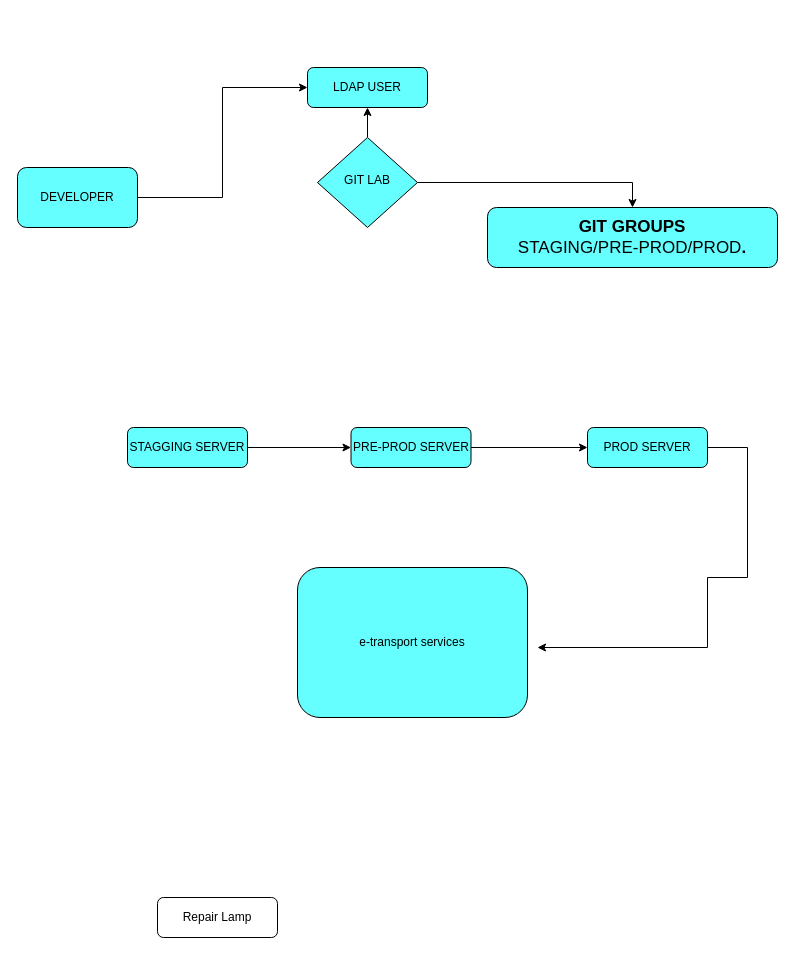
Before: Untitled Diagram.drawio in adsingh007/adsingh007, a draw.io diagram. Source tidied: cells renumbered, new cells numbered last; positions are measured from the earlier drawing's top-left corner, leaving out a move shared by most shapes. Both pictures are drawn from the tidied source at 100%, with x=0, y=0 at pixel (17, 67).
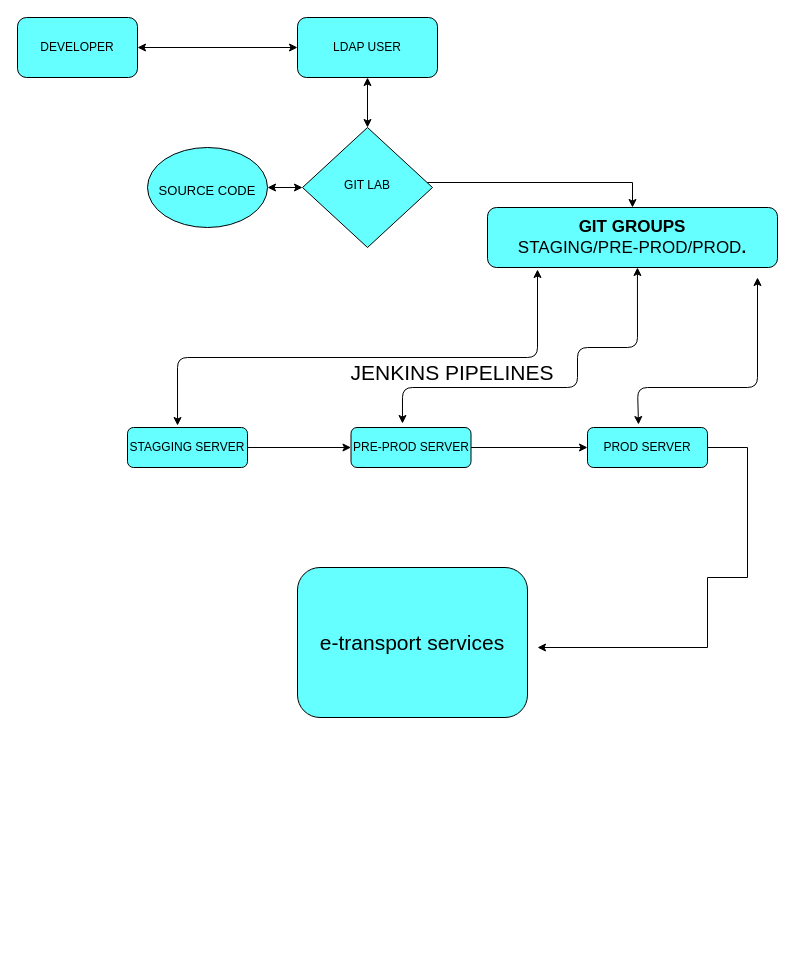
After the change.

The change refers to these unchanged cells:
```xml
<mxCell id="7" value="STAGGING SERVER" style="rounded=1;whiteSpace=wrap;html=1;fontSize=12;glass=0;strokeWidth=1;shadow=0;fillColor=#66FFFF;" parent="1" vertex="1">
  <mxGeometry x="110" y="360" width="120" height="40" as="geometry" />
</mxCell>
<mxCell id="9" value="PRE-PROD SERVER" style="rounded=1;whiteSpace=wrap;html=1;fontSize=12;glass=0;strokeWidth=1;shadow=0;fillColor=#66FFFF;" parent="1" vertex="1">
  <mxGeometry x="333.5" y="360" width="120" height="40" as="geometry" />
</mxCell>
<mxCell id="11" value="PROD SERVER" style="rounded=1;whiteSpace=wrap;html=1;fillColor=#66FFFF;" parent="1" vertex="1">
  <mxGeometry x="570" y="360" width="120" height="40" as="geometry" />
</mxCell>
<mxCell id="15" value="&lt;font style=&quot;font-size: 17px&quot;&gt;&lt;b&gt;GIT GROUPS&lt;/b&gt;&lt;br&gt;STAGING/PRE-PROD/PROD&lt;b&gt;.&lt;/b&gt;&lt;br&gt;&lt;/font&gt;" style="rounded=1;whiteSpace=wrap;html=1;fillColor=#66FFFF;" parent="1" vertex="1">
  <mxGeometry x="470" y="140" width="290" height="60" as="geometry" />
</mxCell>
```

Change to the diagram source:
```diff
@@
     <mxCell id="2" value="LDAP USER" style="rounded=1;whiteSpace=wrap;html=1;fontSize=12;glass=0;strokeWidth=1;shadow=0;fillColor=#66FFFF;" parent="1" vertex="1">
-      <mxGeometry x="290" width="120" height="40" as="geometry" />
+      <mxGeometry x="280" y="-50" width="140" height="60" as="geometry" />
     </mxCell>
-    <mxCell id="3" style="edgeStyle=orthogonalEdgeStyle;rounded=0;jettySize=auto;html=1;" parent="1" edge="1" source="5" target="2">
-      <mxGeometry relative="1" as="geometry" />
-    </mxCell>
@@
     <mxCell id="5" value="GIT LAB" style="rhombus;whiteSpace=wrap;html=1;shadow=0;fontFamily=Helvetica;fontSize=12;align=center;strokeWidth=1;spacing=6;spacingTop=-4;fillColor=#66FFFF;" parent="1" vertex="1">
-      <mxGeometry x="300" y="70" width="100" height="90" as="geometry" />
+      <mxGeometry x="285" y="60" width="130" height="120" as="geometry" />
     </mxCell>
@@
-    <mxCell id="8" value="Repair Lamp" style="rounded=1;whiteSpace=wrap;html=1;fontSize=12;glass=0;strokeWidth=1;shadow=0;" parent="1" vertex="1">
-      <mxGeometry x="140" y="830" width="120" height="40" as="geometry" />
-    </mxCell>
@@
-    <mxCell id="12" value="e-transport services" style="rounded=1;whiteSpace=wrap;html=1;fillColor=#66FFFF;" parent="1" vertex="1">
+    <mxCell id="12" value="e-transport services" style="rounded=1;whiteSpace=wrap;html=1;fillColor=#66FFFF;fontSize=21;" parent="1" vertex="1">
       <mxGeometry x="280" y="500" width="230" height="150" as="geometry" />
     </mxCell>
-    <mxCell id="13" style="edgeStyle=orthogonalEdgeStyle;rounded=0;jettySize=auto;html=1;entryX=0;entryY=0.5;entryDx=0;entryDy=0;" parent="1" edge="1" source="14" target="2">
-      <mxGeometry relative="1" as="geometry" />
-    </mxCell>
     <mxCell id="14" value="DEVELOPER" style="rounded=1;whiteSpace=wrap;html=1;fillColor=#66FFFF;" parent="1" vertex="1">
-      <mxGeometry y="100" width="120" height="60" as="geometry" />
+      <mxGeometry y="-50" width="120" height="60" as="geometry" />
     </mxCell>
@@
+    <mxCell id="17" style="endArrow=classic;startArrow=classic;html=1;exitX=0.417;exitY=-0.05;exitDx=0;exitDy=0;exitPerimeter=0;" parent="1" edge="1" source="7">
+      <mxGeometry relative="1" as="geometry">
+        <mxPoint x="520" y="202" as="targetPoint" />
+        <Array as="points">
+          <mxPoint x="160" y="290" />
+          <mxPoint x="520" y="290" />
+        </Array>
+      </mxGeometry>
+    </mxCell>
+    <mxCell id="18" style="endArrow=classic;startArrow=classic;html=1;entryX=0.517;entryY=1;entryDx=0;entryDy=0;entryPerimeter=0;exitX=0.429;exitY=-0.1;exitDx=0;exitDy=0;exitPerimeter=0;" parent="1" edge="1" source="9" target="15">
+      <mxGeometry relative="1" as="geometry">
+        <Array as="points">
+          <mxPoint x="385" y="320" />
+          <mxPoint x="560" y="320" />
+          <mxPoint x="560" y="280" />
+          <mxPoint x="620" y="280" />
+        </Array>
+      </mxGeometry>
+    </mxCell>
+    <mxCell id="19" style="endArrow=classic;startArrow=classic;html=1;exitX=0.425;exitY=-0.075;exitDx=0;exitDy=0;exitPerimeter=0;" parent="1" edge="1" source="11">
+      <mxGeometry relative="1" as="geometry">
+        <mxPoint x="740" y="210" as="targetPoint" />
+        <Array as="points">
+          <mxPoint x="620" y="320" />
+          <mxPoint x="740" y="320" />
+        </Array>
+      </mxGeometry>
+    </mxCell>
+    <mxCell id="20" value="JENKINS PIPELINES" style="text;html=1;strokeColor=none;fillColor=none;align=center;verticalAlign=middle;whiteSpace=wrap;rounded=0;fontSize=21;" parent="1" vertex="1">
+      <mxGeometry x="280" y="290" width="310" height="30" as="geometry" />
+    </mxCell>
+    <mxCell id="3" style="endArrow=classic;startArrow=classic;html=1;fontSize=21;entryX=0.5;entryY=1;entryDx=0;entryDy=0;exitX=0.5;exitY=0;exitDx=0;exitDy=0;" parent="1" edge="1" source="5" target="2">
+      <mxGeometry relative="1" as="geometry" />
+    </mxCell>
+    <mxCell id="21" value="&lt;font style=&quot;font-size: 13px&quot;&gt;SOURCE CODE&lt;/font&gt;" style="ellipse;whiteSpace=wrap;html=1;fontSize=21;fillColor=#66FFFF;" parent="1" vertex="1">
+      <mxGeometry x="130" y="80" width="120" height="80" as="geometry" />
+    </mxCell>
+    <mxCell id="13" style="endArrow=classic;startArrow=classic;html=1;fontSize=21;exitX=1;exitY=0.5;exitDx=0;exitDy=0;entryX=0;entryY=0.5;entryDx=0;entryDy=0;" parent="1" edge="1" source="14" target="2">
+      <mxGeometry relative="1" as="geometry" />
+    </mxCell>
+    <mxCell id="22" style="endArrow=classic;startArrow=classic;html=1;fontSize=21;exitX=1;exitY=0.5;exitDx=0;exitDy=0;entryX=0;entryY=0.5;entryDx=0;entryDy=0;" parent="1" edge="1" source="21" target="5">
+      <mxGeometry relative="1" as="geometry" />
+    </mxCell>
```
